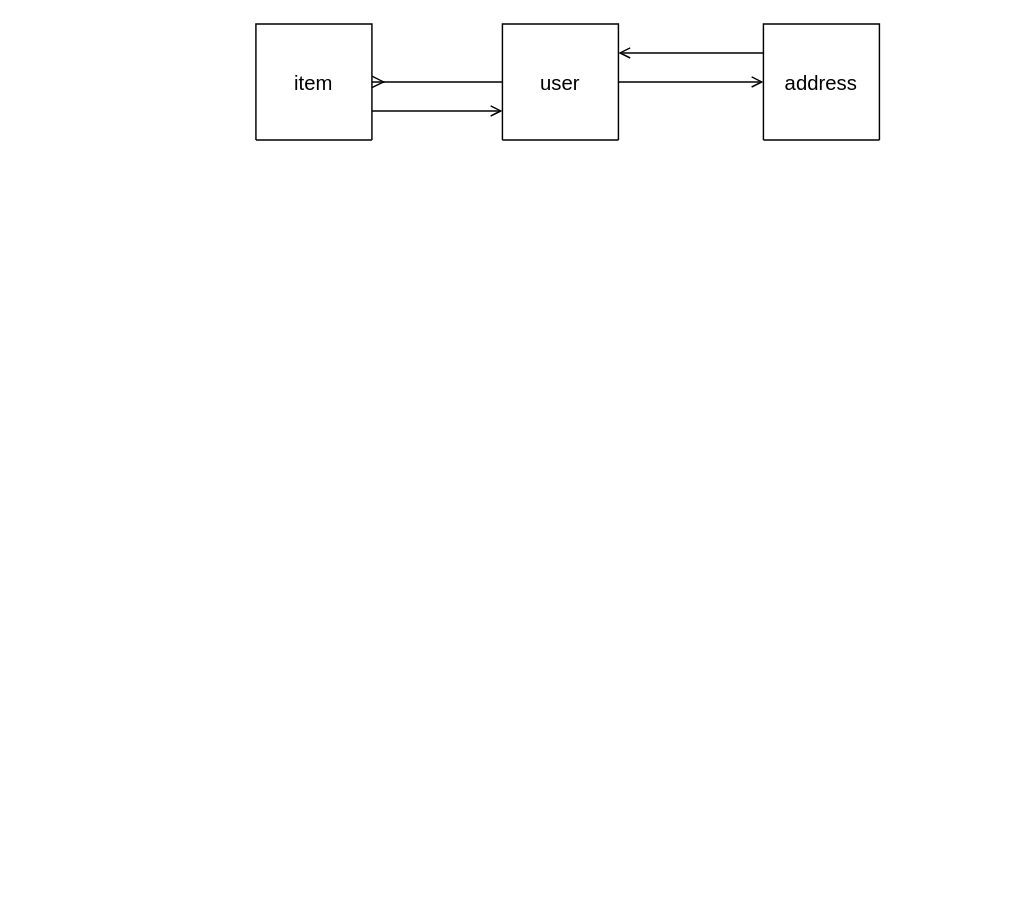
Earlier version of the draw.io diagram test.dio (wagadayon/furima-31909). Source tidied: cells renumbered, new cells numbered last; positions are measured from the earlier drawing's top-left corner, leaving out a move shared by most shapes. Both pictures are drawn from the tidied source at 145%, with x=0, y=0 at pixel (255, 23).
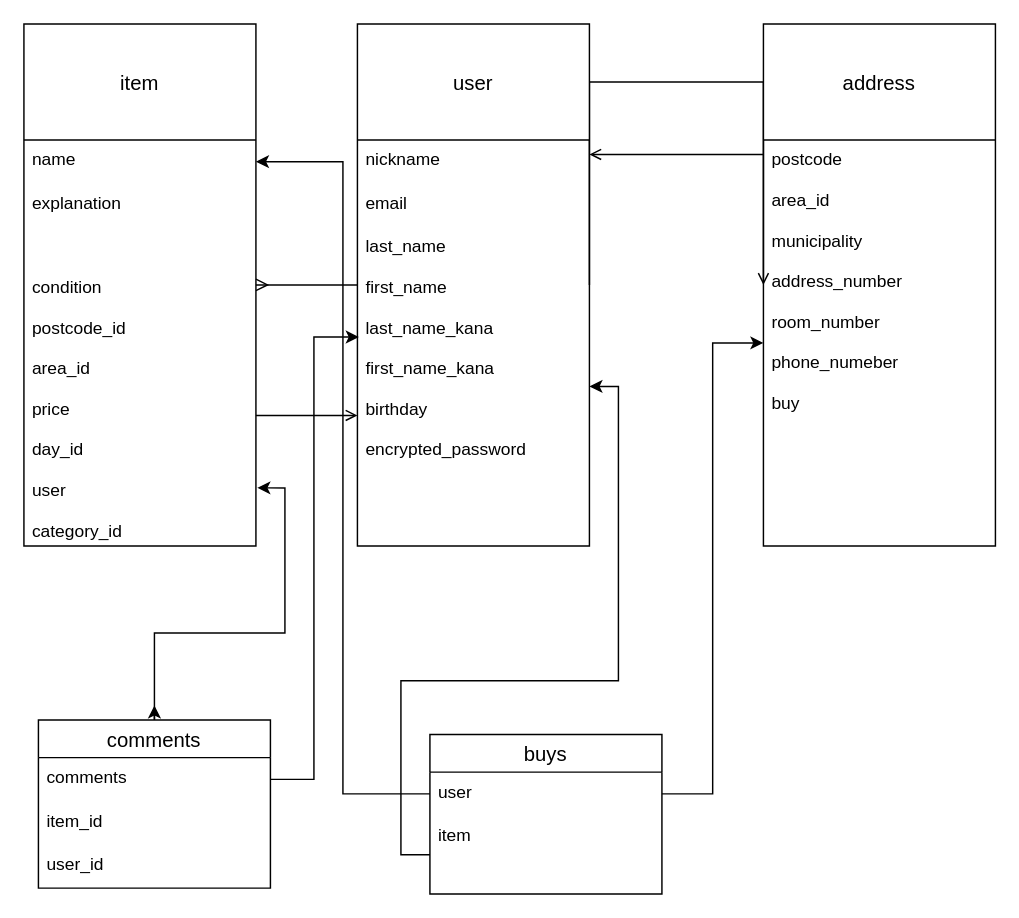
Above is the later version.

Diff of the diagram source:
```diff
@@
-    <mxCell id="4" value="user" style="swimlane;fontStyle=0;horizontal=1;startSize=80;align=center;fontSize=14;" parent="1" vertex="1" collapsed="1">
-      <mxGeometry x="170" width="80" height="80" as="geometry" />
+    <mxCell id="4" value="user" style="swimlane;fontStyle=0;horizontal=1;startSize=80;align=center;fontSize=14;" parent="1" vertex="1">
+      <mxGeometry x="70" width="160" height="360" as="geometry" />
     </mxCell>
+    <mxCell id="9" value="nickname" style="text;strokeColor=none;fillColor=none;spacingLeft=4;spacingRight=4;overflow=hidden;fontSize=12;" parent="4" vertex="1">
+      <mxGeometry y="80" width="160" height="30" as="geometry" />
+    </mxCell>
+    <mxCell id="10" value="email" style="text;strokeColor=none;fillColor=none;spacingLeft=4;spacingRight=4;overflow=hidden;fontSize=12;" parent="4" vertex="1">
+      <mxGeometry y="110" width="160" height="30" as="geometry" />
+    </mxCell>
+    <mxCell id="11" value="last_name&#10;&#10;first_name&#10;&#10;last_name_kana&#10;&#10;first_name_kana&#10;&#10;birthday&#10;&#10;encrypted_password  &#10;" style="text;strokeColor=none;fillColor=none;spacingLeft=4;spacingRight=4;overflow=hidden;points=[[0,0.5],[1,0.5]];portConstraint=eastwest;fontSize=12;" parent="4" vertex="1">
+      <mxGeometry y="140" width="160" height="220" as="geometry" />
+    </mxCell>
@@
-    <mxCell id="6" value="address" style="swimlane;fontStyle=0;horizontal=1;startSize=80;align=center;fontSize=14;" parent="1" vertex="1" collapsed="1">
-      <mxGeometry x="350" width="80" height="80" as="geometry" />
+    <mxCell id="6" value="address" style="swimlane;fontStyle=0;horizontal=1;startSize=80;align=center;fontSize=14;" parent="1" vertex="1">
+      <mxGeometry x="350" width="160" height="360" as="geometry" />
     </mxCell>
+    <mxCell id="12" value="postcode&#10;&#10;area_id&#10;&#10;municipality&#10;&#10;address_number&#10;&#10;room_number&#10;&#10;phone_numeber&#10;&#10;buy&#10;" style="text;strokeColor=none;fillColor=none;spacingLeft=4;spacingRight=4;overflow=hidden;points=[[0,0.5],[1,0.5]];portConstraint=eastwest;fontSize=12;" parent="6" vertex="1">
+      <mxGeometry y="80" width="160" height="280" as="geometry" />
+    </mxCell>
@@
-    <mxCell id="8" value="item" style="swimlane;fontStyle=0;horizontal=1;startSize=80;align=center;fontSize=14;" parent="1" vertex="1" collapsed="1">
-      <mxGeometry width="80" height="80" as="geometry" />
+    <mxCell id="8" value="item" style="swimlane;fontStyle=0;horizontal=1;startSize=80;align=center;fontSize=14;" parent="1" vertex="1">
+      <mxGeometry x="-160" width="160" height="360" as="geometry" />
     </mxCell>
+    <mxCell id="13" value="name" style="text;strokeColor=none;fillColor=none;spacingLeft=4;spacingRight=4;overflow=hidden;points=[[0,0.5],[1,0.5]];portConstraint=eastwest;fontSize=12;" parent="8" vertex="1">
+      <mxGeometry y="80" width="160" height="30" as="geometry" />
+    </mxCell>
+    <mxCell id="14" value="explanation" style="text;strokeColor=none;fillColor=none;spacingLeft=4;spacingRight=4;overflow=hidden;fontSize=12;" parent="8" vertex="1">
+      <mxGeometry y="110" width="160" height="30" as="geometry" />
+    </mxCell>
+    <mxCell id="15" value="&#10;&#10;condition&#10;&#10;postcode_id&#10;&#10;area_id&#10;&#10;price&#10;&#10;day_id&#10;&#10;user&#10;&#10;category_id" style="text;strokeColor=none;fillColor=none;spacingLeft=4;spacingRight=4;overflow=hidden;points=[[0,0.5],[1,0.5]];portConstraint=eastwest;fontSize=12;" parent="8" vertex="1">
+      <mxGeometry y="140" width="160" height="220" as="geometry" />
+    </mxCell>
+    <mxCell id="16" style="edgeStyle=orthogonalEdgeStyle;rounded=0;jettySize=auto;html=1;exitX=0.5;exitY=0;exitDx=0;exitDy=0;" parent="1" edge="1" source="18">
+      <mxGeometry relative="1" as="geometry">
+        <mxPoint x="-70" y="470" as="targetPoint" />
+      </mxGeometry>
+    </mxCell>
+    <mxCell id="17" style="edgeStyle=orthogonalEdgeStyle;rounded=0;jettySize=auto;html=1;entryX=1.006;entryY=0.818;entryDx=0;entryDy=0;entryPerimeter=0;" parent="1" edge="1" source="18" target="15">
+      <mxGeometry relative="1" as="geometry" />
+    </mxCell>
+    <mxCell id="18" value="comments" style="swimlane;fontStyle=0;horizontal=1;startSize=26;align=center;fontSize=14;" parent="1" vertex="1">
+      <mxGeometry x="-150" y="480" width="160" height="116" as="geometry" />
+    </mxCell>
+    <mxCell id="19" value="comments" style="text;strokeColor=none;fillColor=none;spacingLeft=4;spacingRight=4;overflow=hidden;points=[[0,0.5],[1,0.5]];portConstraint=eastwest;fontSize=12;" parent="18" vertex="1">
+      <mxGeometry y="26" width="160" height="30" as="geometry" />
+    </mxCell>
+    <mxCell id="20" value="item_id" style="text;strokeColor=none;fillColor=none;spacingLeft=4;spacingRight=4;overflow=hidden;fontSize=12;" parent="18" vertex="1">
+      <mxGeometry y="56" width="160" height="30" as="geometry" />
+    </mxCell>
+    <mxCell id="21" value="user_id" style="text;strokeColor=none;fillColor=none;spacingLeft=4;spacingRight=4;overflow=hidden;fontSize=12;" parent="18" vertex="1">
+      <mxGeometry y="86" width="160" height="30" as="geometry" />
+    </mxCell>
+    <mxCell id="22" style="edgeStyle=orthogonalEdgeStyle;rounded=0;jettySize=auto;html=1;exitX=1;exitY=0.5;exitDx=0;exitDy=0;entryX=0.006;entryY=0.345;entryDx=0;entryDy=0;entryPerimeter=0;" parent="1" edge="1" source="19" target="11">
+      <mxGeometry relative="1" as="geometry" />
+    </mxCell>
+    <mxCell id="23" value="buys" style="swimlane;fontStyle=0;horizontal=1;startSize=26;align=center;fontSize=14;" parent="1" vertex="1">
+      <mxGeometry x="120" y="490" width="160" height="110" as="geometry" />
+    </mxCell>
+    <mxCell id="24" value="user" style="text;strokeColor=none;fillColor=none;spacingLeft=4;spacingRight=4;overflow=hidden;points=[[0,0.5],[1,0.5]];portConstraint=eastwest;fontSize=12;" parent="23" vertex="1">
+      <mxGeometry y="26" width="160" height="30" as="geometry" />
+    </mxCell>
+    <mxCell id="25" value="item" style="text;strokeColor=none;fillColor=none;spacingLeft=4;spacingRight=4;overflow=hidden;points=[[0,0.5],[1,0.5]];portConstraint=eastwest;fontSize=12;" parent="23" vertex="1">
+      <mxGeometry y="56" width="160" height="54" as="geometry" />
+    </mxCell>
+    <mxCell id="26" style="edgeStyle=orthogonalEdgeStyle;rounded=0;jettySize=auto;html=1;exitX=1;exitY=0.5;exitDx=0;exitDy=0;" parent="1" edge="1" source="24" target="12">
+      <mxGeometry relative="1" as="geometry" />
+    </mxCell>
+    <mxCell id="27" style="edgeStyle=orthogonalEdgeStyle;rounded=0;jettySize=auto;html=1;exitX=0;exitY=0.5;exitDx=0;exitDy=0;entryX=1;entryY=0.5;entryDx=0;entryDy=0;" parent="1" edge="1" source="24" target="13">
+      <mxGeometry relative="1" as="geometry" />
+    </mxCell>
+    <mxCell id="28" style="edgeStyle=orthogonalEdgeStyle;rounded=0;jettySize=auto;html=1;exitX=0;exitY=0.5;exitDx=0;exitDy=0;entryX=1;entryY=0.5;entryDx=0;entryDy=0;" parent="1" edge="1" source="25" target="11">
+      <mxGeometry relative="1" as="geometry" />
+    </mxCell>
```
